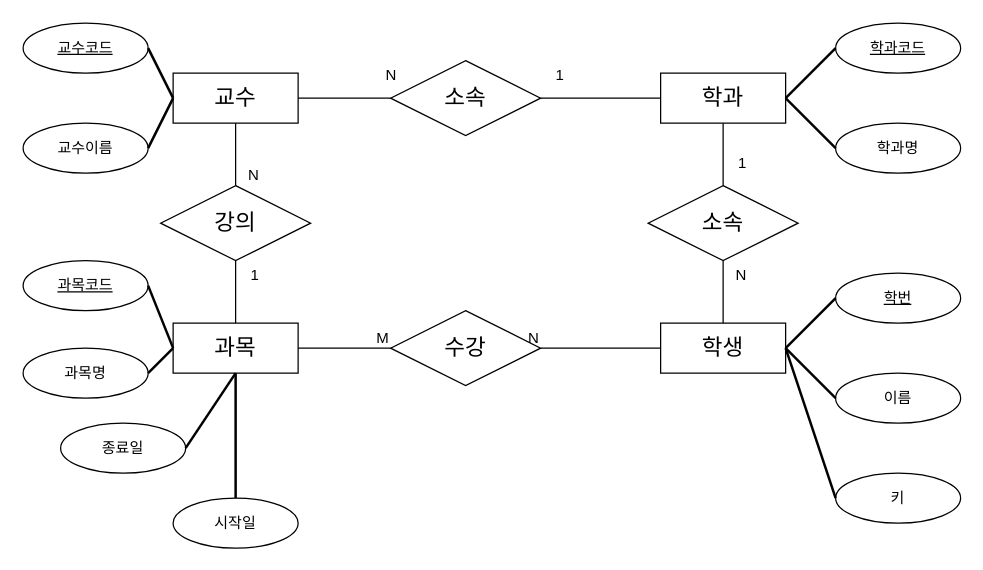
Above: haksa.drawio in Sun-Rang/Study_MySQL (draw.io), before the change. Source tidied: cells renumbered, new cells numbered last; positions are measured from the earlier drawing's top-left corner, leaving out a move shared by most shapes. Both pictures are drawn from the tidied source at 125%, with x=0, y=0 at pixel (22, 22).
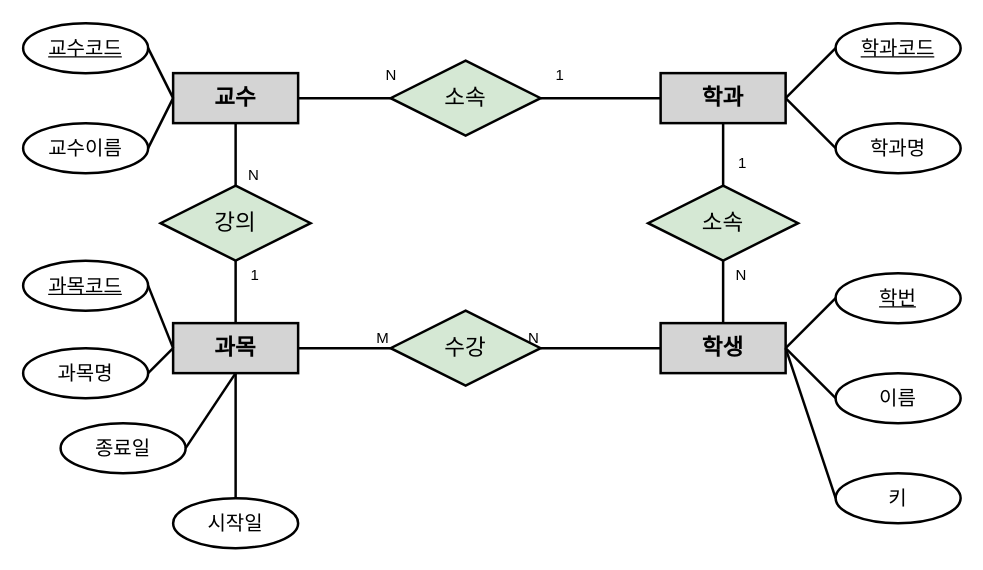
The same page after the edit.

The edit, as a diff of the source:
```diff
@@
-    <mxCell id="2" value="교수" style="whiteSpace=wrap;html=1;align=center;fontSize=18;" parent="1" vertex="1">
+    <mxCell id="2" value="교수" style="whiteSpace=wrap;html=1;align=center;fontSize=18;fillColor=#D4D4D4;strokeWidth=2;fontStyle=1;" parent="1" vertex="1">
       <mxGeometry x="120" y="40" width="100" height="40" as="geometry" />
     </mxCell>
-    <mxCell id="3" value="교수코드" style="ellipse;whiteSpace=wrap;html=1;align=center;fontStyle=4;" parent="1" vertex="1">
+    <mxCell id="3" value="교수코드" style="ellipse;whiteSpace=wrap;html=1;align=center;fontStyle=4;fontSize=16;strokeWidth=2;" parent="1" vertex="1">
       <mxGeometry width="100" height="40" as="geometry" />
     </mxCell>
-    <mxCell id="4" value="교수이름" style="ellipse;whiteSpace=wrap;html=1;align=center;" parent="1" vertex="1">
+    <mxCell id="4" value="교수이름" style="ellipse;whiteSpace=wrap;html=1;align=center;fontSize=16;strokeWidth=2;" parent="1" vertex="1">
       <mxGeometry y="80" width="100" height="40" as="geometry" />
     </mxCell>
-    <mxCell id="5" value="강의" style="shape=rhombus;perimeter=rhombusPerimeter;whiteSpace=wrap;html=1;align=center;fontSize=18;" parent="1" vertex="1">
+    <mxCell id="5" value="강의" style="shape=rhombus;perimeter=rhombusPerimeter;whiteSpace=wrap;html=1;align=center;fontSize=18;fillColor=#d5e8d4;strokeColor=#000000;strokeWidth=2;" parent="1" vertex="1">
       <mxGeometry x="110" y="130" width="120" height="60" as="geometry" />
     </mxCell>
-    <mxCell id="6" value="과목" style="whiteSpace=wrap;html=1;align=center;fontSize=18;" parent="1" vertex="1">
+    <mxCell id="6" value="과목" style="whiteSpace=wrap;html=1;align=center;fontSize=18;fillColor=#D4D4D4;strokeWidth=2;fontStyle=1;" parent="1" vertex="1">
       <mxGeometry x="120" y="240" width="100" height="40" as="geometry" />
     </mxCell>
-    <mxCell id="7" value="과목코드" style="ellipse;whiteSpace=wrap;html=1;align=center;fontStyle=4;" parent="1" vertex="1">
+    <mxCell id="7" value="과목코드" style="ellipse;whiteSpace=wrap;html=1;align=center;fontStyle=4;fontSize=16;strokeWidth=2;" parent="1" vertex="1">
       <mxGeometry y="190" width="100" height="40" as="geometry" />
     </mxCell>
-    <mxCell id="8" value="과목명" style="ellipse;whiteSpace=wrap;html=1;align=center;" parent="1" vertex="1">
+    <mxCell id="8" value="과목명" style="ellipse;whiteSpace=wrap;html=1;align=center;fontSize=16;strokeWidth=2;" parent="1" vertex="1">
       <mxGeometry y="260" width="100" height="40" as="geometry" />
     </mxCell>
-    <mxCell id="9" value="종료일" style="ellipse;whiteSpace=wrap;html=1;align=center;" parent="1" vertex="1">
+    <mxCell id="9" value="종료일" style="ellipse;whiteSpace=wrap;html=1;align=center;fontSize=16;strokeWidth=2;" parent="1" vertex="1">
       <mxGeometry x="30" y="320" width="100" height="40" as="geometry" />
     </mxCell>
-    <mxCell id="10" value="시작일" style="ellipse;whiteSpace=wrap;html=1;align=center;" parent="1" vertex="1">
+    <mxCell id="10" value="시작일" style="ellipse;whiteSpace=wrap;html=1;align=center;fontSize=16;strokeWidth=2;" parent="1" vertex="1">
       <mxGeometry x="120" y="380" width="100" height="40" as="geometry" />
     </mxCell>
-    <mxCell id="11" value="수강" style="shape=rhombus;perimeter=rhombusPerimeter;whiteSpace=wrap;html=1;align=center;fontSize=18;" parent="1" vertex="1">
+    <mxCell id="11" value="수강" style="shape=rhombus;perimeter=rhombusPerimeter;whiteSpace=wrap;html=1;align=center;fontSize=18;fillColor=#d5e8d4;strokeColor=#000000;strokeWidth=2;" parent="1" vertex="1">
       <mxGeometry x="294" y="230" width="120" height="60" as="geometry" />
     </mxCell>
-    <mxCell id="12" value="소속" style="shape=rhombus;perimeter=rhombusPerimeter;whiteSpace=wrap;html=1;align=center;fontSize=18;" parent="1" vertex="1">
+    <mxCell id="12" value="소속" style="shape=rhombus;perimeter=rhombusPerimeter;whiteSpace=wrap;html=1;align=center;fontSize=18;fillColor=#d5e8d4;strokeColor=#000000;strokeWidth=2;" parent="1" vertex="1">
       <mxGeometry x="294" y="30" width="120" height="60" as="geometry" />
     </mxCell>
+    <mxCell id="48" style="edgeStyle=orthogonalEdgeStyle;rounded=0;jettySize=auto;html=1;" parent="1" edge="1" source="13">
+      <mxGeometry relative="1" as="geometry">
+        <mxPoint x="560" y="50" as="targetPoint" />
+      </mxGeometry>
+    </mxCell>
-    <mxCell id="13" value="소속" style="shape=rhombus;perimeter=rhombusPerimeter;whiteSpace=wrap;html=1;align=center;fontSize=18;" parent="1" vertex="1">
+    <mxCell id="13" value="소속" style="shape=rhombus;perimeter=rhombusPerimeter;whiteSpace=wrap;html=1;align=center;fontSize=18;fillColor=#d5e8d4;strokeColor=#000000;strokeWidth=2;" parent="1" vertex="1">
       <mxGeometry x="500" y="130" width="120" height="60" as="geometry" />
     </mxCell>
-    <mxCell id="14" value="학과" style="whiteSpace=wrap;html=1;align=center;fontSize=18;" parent="1" vertex="1">
+    <mxCell id="14" value="학과" style="whiteSpace=wrap;html=1;align=center;fontSize=18;fillColor=#D4D4D4;strokeWidth=2;fontStyle=1;" parent="1" vertex="1">
       <mxGeometry x="510" y="40" width="100" height="40" as="geometry" />
     </mxCell>
-    <mxCell id="15" value="학생" style="whiteSpace=wrap;html=1;align=center;fontSize=18;" parent="1" vertex="1">
+    <mxCell id="15" value="학생" style="whiteSpace=wrap;html=1;align=center;fontSize=18;fillColor=#D4D4D4;strokeWidth=2;fontStyle=1;" parent="1" vertex="1">
       <mxGeometry x="510" y="240" width="100" height="40" as="geometry" />
     </mxCell>
-    <mxCell id="16" value="학과코드" style="ellipse;whiteSpace=wrap;html=1;align=center;fontStyle=4;" parent="1" vertex="1">
+    <mxCell id="16" value="학과코드" style="ellipse;whiteSpace=wrap;html=1;align=center;fontStyle=4;fontSize=16;strokeWidth=2;" parent="1" vertex="1">
       <mxGeometry x="650" width="100" height="40" as="geometry" />
     </mxCell>
-    <mxCell id="17" value="학과명" style="ellipse;whiteSpace=wrap;html=1;align=center;" parent="1" vertex="1">
+    <mxCell id="17" value="학과명" style="ellipse;whiteSpace=wrap;html=1;align=center;fontSize=16;strokeWidth=2;" parent="1" vertex="1">
       <mxGeometry x="650" y="80" width="100" height="40" as="geometry" />
     </mxCell>
-    <mxCell id="18" value="이름" style="ellipse;whiteSpace=wrap;html=1;align=center;" parent="1" vertex="1">
+    <mxCell id="18" value="이름" style="ellipse;whiteSpace=wrap;html=1;align=center;fontSize=16;strokeWidth=2;" parent="1" vertex="1">
       <mxGeometry x="650" y="280" width="100" height="40" as="geometry" />
     </mxCell>
-    <mxCell id="19" value="학번" style="ellipse;whiteSpace=wrap;html=1;align=center;fontStyle=4;" parent="1" vertex="1">
+    <mxCell id="19" value="학번" style="ellipse;whiteSpace=wrap;html=1;align=center;fontStyle=4;fontSize=16;strokeWidth=2;" parent="1" vertex="1">
       <mxGeometry x="650" y="200" width="100" height="40" as="geometry" />
     </mxCell>
-    <mxCell id="20" value="키" style="ellipse;whiteSpace=wrap;html=1;align=center;" parent="1" vertex="1">
+    <mxCell id="20" value="키" style="ellipse;whiteSpace=wrap;html=1;align=center;fontSize=16;strokeWidth=2;" parent="1" vertex="1">
       <mxGeometry x="650" y="360" width="100" height="40" as="geometry" />
     </mxCell>
-    <mxCell id="21" style="endArrow=none;html=1;rounded=0;exitX=1;exitY=0.5;exitDx=0;exitDy=0;entryX=0;entryY=0.5;entryDx=0;entryDy=0;" parent="1" edge="1" source="6" target="11">
+    <mxCell id="21" style="endArrow=none;html=1;rounded=0;exitX=1;exitY=0.5;exitDx=0;exitDy=0;entryX=0;entryY=0.5;entryDx=0;entryDy=0;strokeWidth=2;" parent="1" edge="1" source="6" target="11">
       <mxGeometry relative="1" as="geometry" />
     </mxCell>
@@
-    <mxCell id="23" style="endArrow=none;html=1;rounded=0;exitX=0;exitY=0.5;exitDx=0;exitDy=0;entryX=1;entryY=0.5;entryDx=0;entryDy=0;" parent="1" edge="1" source="15" target="11">
+    <mxCell id="23" style="endArrow=none;html=1;rounded=0;exitX=0;exitY=0.5;exitDx=0;exitDy=0;entryX=1;entryY=0.5;entryDx=0;entryDy=0;strokeWidth=2;" parent="1" edge="1" source="15" target="11">
       <mxGeometry relative="1" as="geometry" />
     </mxCell>
@@
-    <mxCell id="25" style="endArrow=none;html=1;rounded=0;exitX=0.5;exitY=1;exitDx=0;exitDy=0;entryX=0.5;entryY=0;entryDx=0;entryDy=0;" parent="1" edge="1" source="2" target="5">
+    <mxCell id="25" style="endArrow=none;html=1;rounded=0;exitX=0.5;exitY=1;exitDx=0;exitDy=0;entryX=0.5;entryY=0;entryDx=0;entryDy=0;strokeWidth=2;" parent="1" edge="1" source="2" target="5">
       <mxGeometry relative="1" as="geometry" />
     </mxCell>
@@
-    <mxCell id="27" style="endArrow=none;html=1;rounded=0;exitX=0.5;exitY=0;exitDx=0;exitDy=0;" parent="1" edge="1" source="6" target="5">
+    <mxCell id="27" style="endArrow=none;html=1;rounded=0;exitX=0.5;exitY=0;exitDx=0;exitDy=0;strokeWidth=2;" parent="1" edge="1" source="6" target="5">
       <mxGeometry relative="1" as="geometry" />
     </mxCell>
@@
-    <mxCell id="29" style="endArrow=none;html=1;rounded=0;entryX=0;entryY=0.5;entryDx=0;entryDy=0;exitX=1;exitY=0.5;exitDx=0;exitDy=0;" parent="1" edge="1" source="2" target="12">
+    <mxCell id="29" style="endArrow=none;html=1;rounded=0;entryX=0;entryY=0.5;entryDx=0;entryDy=0;exitX=1;exitY=0.5;exitDx=0;exitDy=0;strokeWidth=2;" parent="1" edge="1" source="2" target="12">
       <mxGeometry relative="1" as="geometry" />
     </mxCell>
@@
-    <mxCell id="31" style="endArrow=none;html=1;rounded=0;exitX=0;exitY=0.5;exitDx=0;exitDy=0;entryX=1;entryY=0.5;entryDx=0;entryDy=0;" parent="1" edge="1" source="14" target="12">
+    <mxCell id="31" style="endArrow=none;html=1;rounded=0;exitX=0;exitY=0.5;exitDx=0;exitDy=0;entryX=1;entryY=0.5;entryDx=0;entryDy=0;strokeWidth=2;" parent="1" edge="1" source="14" target="12">
       <mxGeometry relative="1" as="geometry" />
     </mxCell>
@@
-    <mxCell id="33" style="endArrow=none;html=1;rounded=0;exitX=0.5;exitY=1;exitDx=0;exitDy=0;entryX=0.5;entryY=0;entryDx=0;entryDy=0;" parent="1" edge="1" source="14" target="13">
+    <mxCell id="33" style="endArrow=none;html=1;rounded=0;exitX=0.5;exitY=1;exitDx=0;exitDy=0;entryX=0.5;entryY=0;entryDx=0;entryDy=0;strokeWidth=2;" parent="1" edge="1" source="14" target="13">
       <mxGeometry relative="1" as="geometry" />
     </mxCell>
@@
-    <mxCell id="35" style="endArrow=none;html=1;rounded=0;entryX=0.5;entryY=1;entryDx=0;entryDy=0;exitX=0.5;exitY=0;exitDx=0;exitDy=0;" parent="1" edge="1" source="15" target="13">
+    <mxCell id="35" style="endArrow=none;html=1;rounded=0;entryX=0.5;entryY=1;entryDx=0;entryDy=0;exitX=0.5;exitY=0;exitDx=0;exitDy=0;strokeWidth=2;" parent="1" edge="1" source="15" target="13">
       <mxGeometry relative="1" as="geometry" />
     </mxCell>
```
